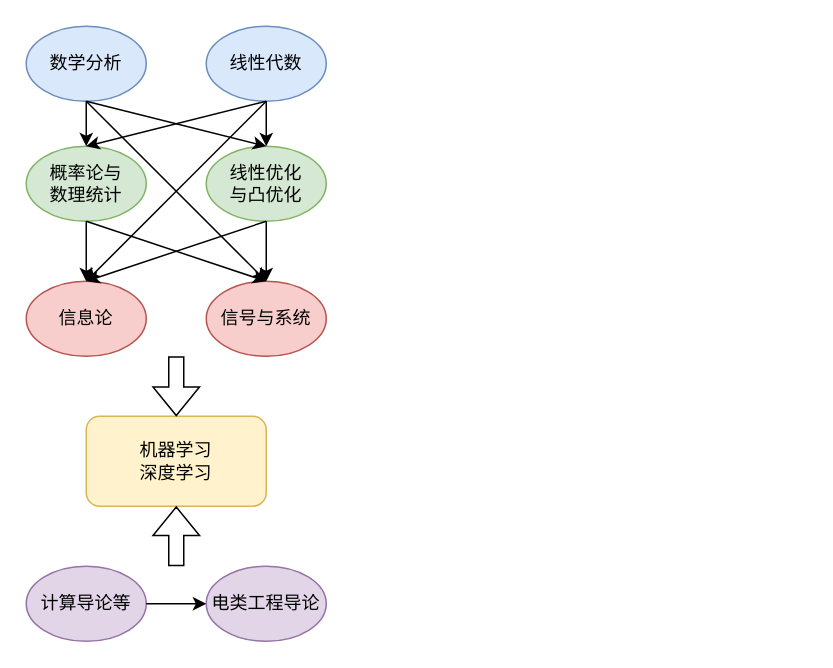
Before: draw/实验室实践收获.drawio in zhiyuan5986/draw_io, a draw.io diagram. Source tidied: cells renumbered, new cells numbered last; positions are measured from the earlier drawing's top-left corner, leaving out a move shared by most shapes. Both pictures are drawn from the tidied source at 150%, with x=0, y=0 at pixel (26, 26).
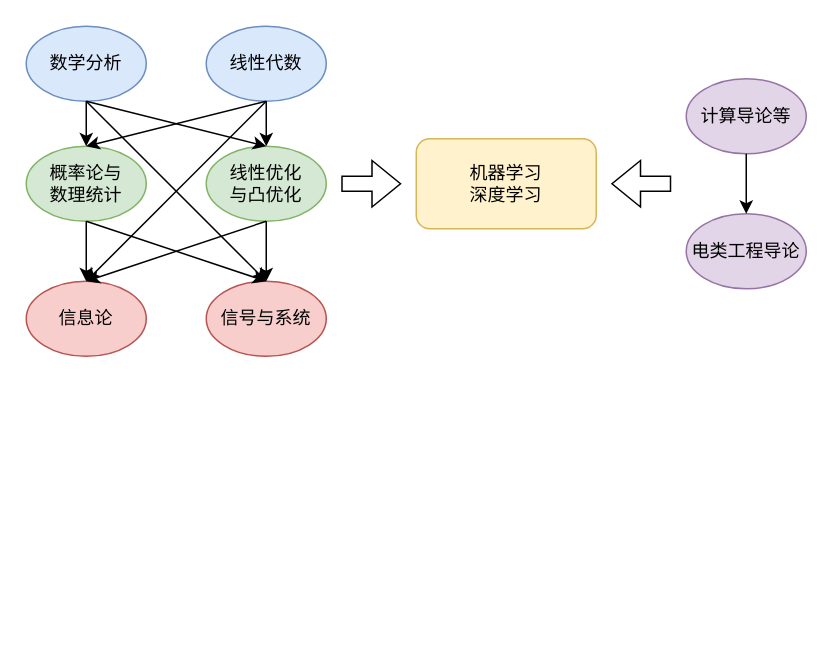
Above is the later version.

Commit message (it also covers changes not shown here):
更新实验室实践收获.drawio

Change to the diagram source:
```diff
@@
     <mxCell id="2" value="机器学习&lt;br&gt;深度学习" style="rounded=1;whiteSpace=wrap;html=1;fillColor=#fff2cc;strokeColor=#d6b656;" parent="1" vertex="1">
-      <mxGeometry x="40" y="260" width="120" height="60" as="geometry" />
+      <mxGeometry x="260" y="75" width="120" height="60" as="geometry" />
     </mxCell>
@@
-    <mxCell id="19" style="shape=flexArrow;endArrow=classic;html=1;rounded=0;entryX=0.5;entryY=0;entryDx=0;entryDy=0;" parent="1" edge="1" target="2">
+    <mxCell id="19" style="shape=flexArrow;endArrow=classic;html=1;rounded=0;" parent="1" edge="1">
       <mxGeometry relative="1" as="geometry">
-        <mxPoint x="100" y="220" as="sourcePoint" />
+        <mxPoint x="210" y="105" as="sourcePoint" />
+        <mxPoint x="250" y="105" as="targetPoint" />
       </mxGeometry>
     </mxCell>
     <mxCell id="20" value="计算导论等" style="ellipse;whiteSpace=wrap;html=1;fillColor=#e1d5e7;strokeColor=#9673a6;" parent="1" vertex="1">
-      <mxGeometry y="360" width="80" height="50" as="geometry" />
+      <mxGeometry x="440" y="35" width="80" height="50" as="geometry" />
     </mxCell>
     <mxCell id="21" value="电类工程导论" style="ellipse;whiteSpace=wrap;html=1;fillColor=#e1d5e7;strokeColor=#9673a6;" parent="1" vertex="1">
-      <mxGeometry x="120" y="360" width="80" height="50" as="geometry" />
+      <mxGeometry x="440" y="125" width="80" height="50" as="geometry" />
     </mxCell>
-    <mxCell id="22" style="endArrow=classic;html=1;rounded=0;exitX=1;exitY=0.5;exitDx=0;exitDy=0;entryX=0;entryY=0.5;entryDx=0;entryDy=0;" parent="1" edge="1" source="20" target="21">
+    <mxCell id="22" style="endArrow=classic;html=1;rounded=0;exitX=0.5;exitY=1;exitDx=0;exitDy=0;entryX=0.5;entryY=0;entryDx=0;entryDy=0;" parent="1" edge="1" source="20" target="21">
       <mxGeometry relative="1" as="geometry" />
     </mxCell>
-    <mxCell id="23" style="shape=flexArrow;endArrow=classic;html=1;rounded=0;entryX=0.5;entryY=1;entryDx=0;entryDy=0;" parent="1" edge="1" target="2">
+    <mxCell id="23" style="shape=flexArrow;endArrow=classic;html=1;rounded=0;" parent="1" edge="1">
       <mxGeometry relative="1" as="geometry">
-        <mxPoint x="100" y="360" as="sourcePoint" />
+        <mxPoint x="430" y="105" as="sourcePoint" />
+        <mxPoint x="390" y="105" as="targetPoint" />
       </mxGeometry>
     </mxCell>
```
